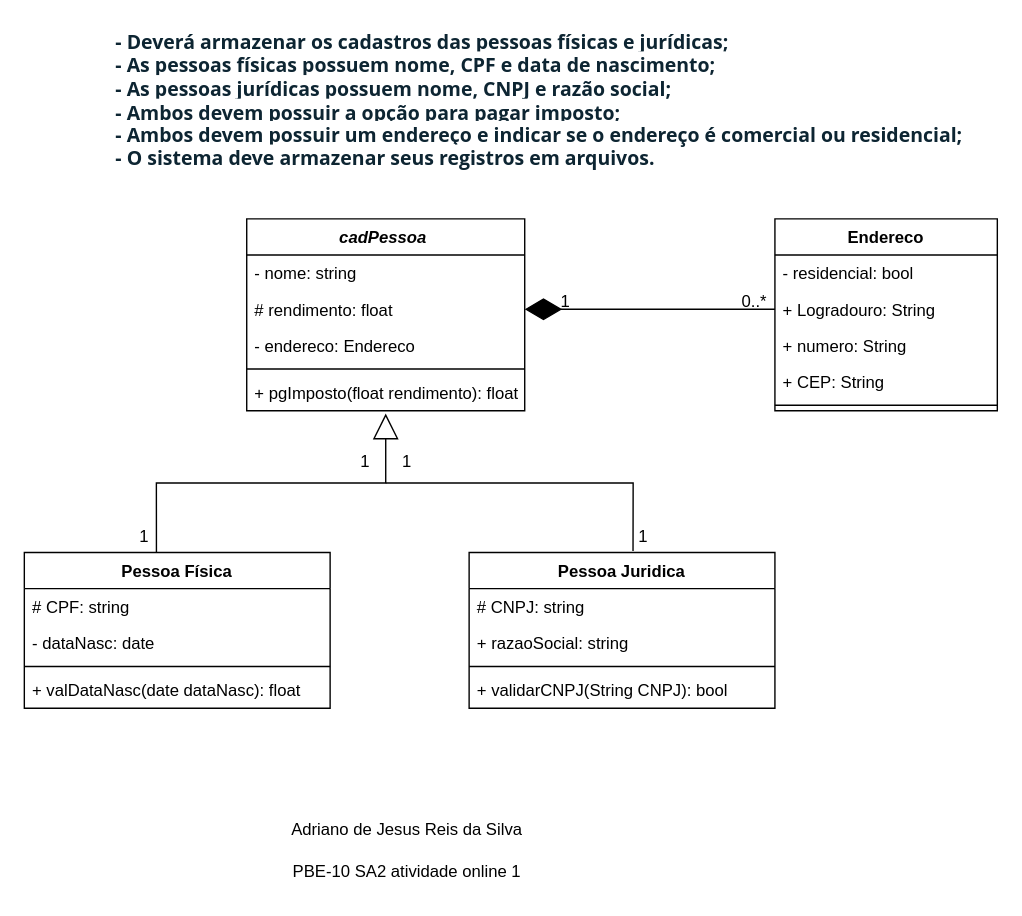
Earlier version of the draw.io diagram SA2/SA2-AtvididadeOnline/SA2-Atv On 1/Diagrama1 UML SA 2 online 1.drawio (Drireis/UC9-PBE-10). Source tidied: cells renumbered, new cells numbered last; positions are measured from the earlier drawing's top-left corner, leaving out a move shared by most shapes. Both pictures are drawn from the tidied source at 139%, with x=0, y=0 at pixel (24, 24).
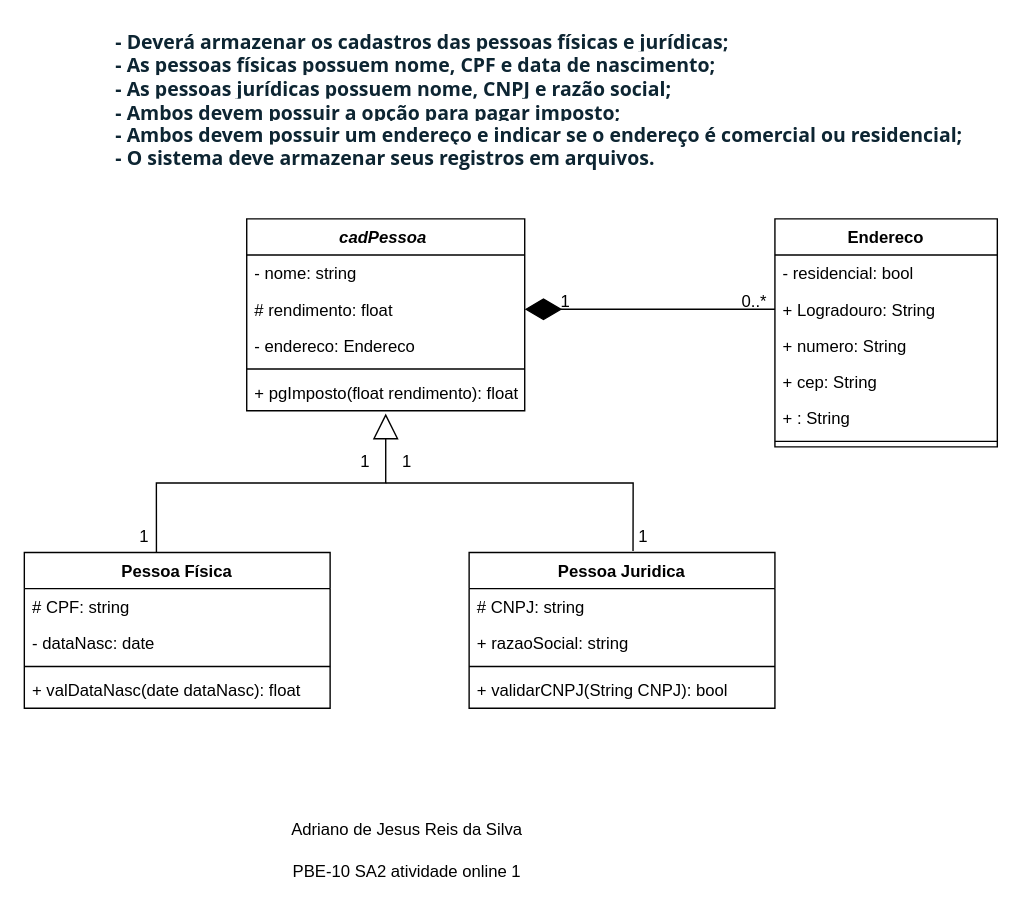
The same diagram, later.

Diff of the diagram source:
```diff
@@
     <mxCell id="19" value="Endereco" style="swimlane;fontStyle=1;align=center;verticalAlign=top;horizontal=1;startSize=26;" parent="1" vertex="1">
-      <mxGeometry x="540" y="140" width="160" height="138" as="geometry" />
+      <mxGeometry x="540" y="140" width="160" height="164" as="geometry" />
     </mxCell>
@@
-    <mxCell id="23" value="+ CEP: String" style="text;strokeColor=none;fillColor=none;align=left;verticalAlign=top;spacingLeft=4;spacingRight=4;overflow=hidden;" parent="19" vertex="1">
+    <mxCell id="23" value="+ cep: String" style="text;strokeColor=none;fillColor=none;align=left;verticalAlign=top;spacingLeft=4;spacingRight=4;overflow=hidden;" parent="19" vertex="1">
       <mxGeometry y="104" width="160" height="26" as="geometry" />
     </mxCell>
+    <mxCell id="36" value="+ : String" style="text;strokeColor=none;fillColor=none;align=left;verticalAlign=top;spacingLeft=4;spacingRight=4;overflow=hidden;" parent="19" vertex="1">
+      <mxGeometry y="130" width="160" height="26" as="geometry" />
+    </mxCell>
     <mxCell id="24" style="line;strokeWidth=1;fillColor=none;align=left;verticalAlign=middle;spacingTop=-1;spacingLeft=3;spacingRight=3;labelPosition=right;" parent="19" vertex="1">
-      <mxGeometry y="130" width="160" height="8" as="geometry" />
+      <mxGeometry y="156" width="160" height="8" as="geometry" />
     </mxCell>
```
